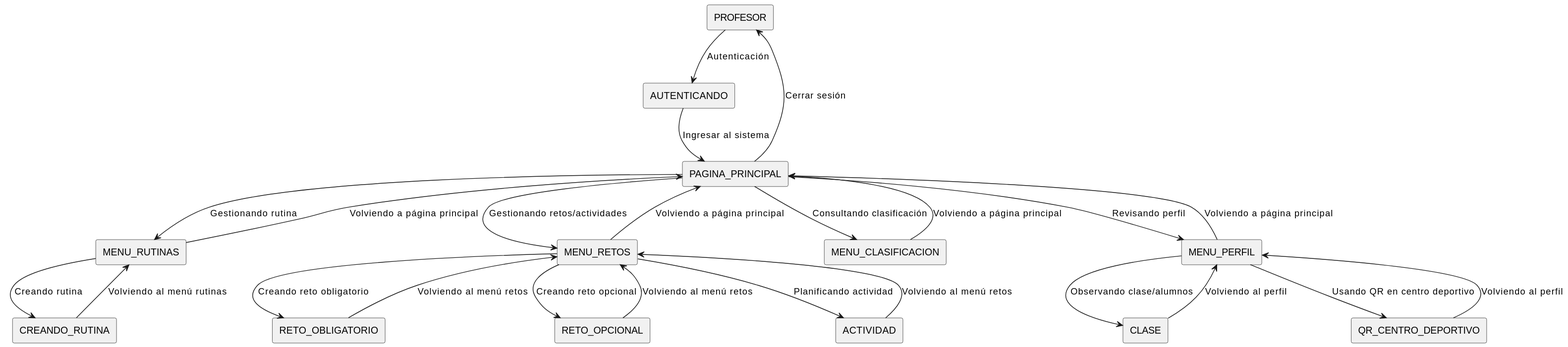
The PlantUML diagram Documentos/Imagenes/DiagramasContexto/ProfesorContexto.svg in mmasias/24-25-IdSw1-SDR, before a commit.
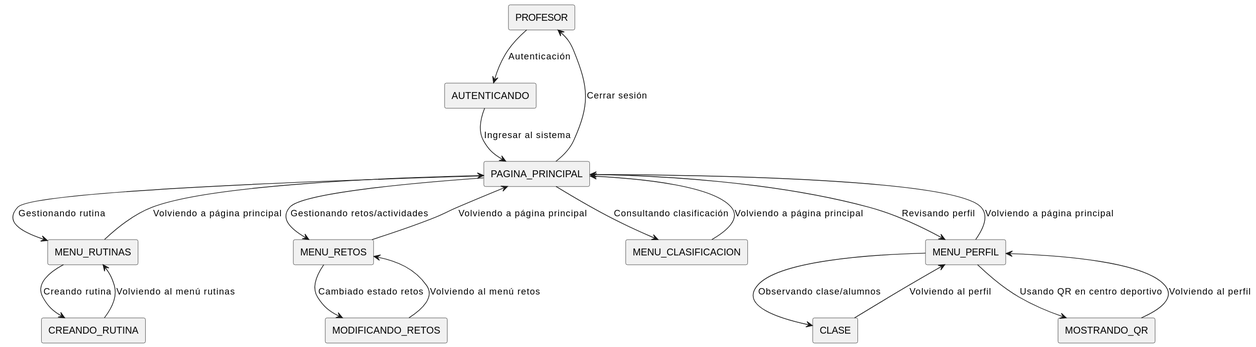
Above is the later version.

Diff of the diagram source:
```diff
@@ -9,11 +9,11 @@
 RECTANGLE(MENU_CLASIFICACION)
 RECTANGLE(MENU_PERFIL)
 RECTANGLE(CREANDO_RUTINA)
-RECTANGLE(RETO_OBLIGATORIO)
-RECTANGLE(RETO_OPCIONAL)
+RECTANGLE(MODIFICANDO_RETOS)
+
 RECTANGLE(CLASE)
-RECTANGLE(QR_CENTRO_DEPORTIVO)
-RECTANGLE(ACTIVIDAD)
+RECTANGLE(MOSTRANDO_QR)
+
 
 PROFESOR --> AUTENTICANDO : Autenticación
 AUTENTICANDO --> PAGINA_PRINCIPAL : Ingresar al sistema
@@ -27,18 +27,17 @@
 MENU_RUTINAS --> CREANDO_RUTINA : Creando rutina
 CREANDO_RUTINA --> MENU_RUTINAS : Volviendo al menú rutinas
 
-MENU_RETOS --> RETO_OBLIGATORIO : Creando reto obligatorio
-MENU_RETOS --> RETO_OPCIONAL : Creando reto opcional
-MENU_RETOS --> ACTIVIDAD : Planificando actividad
-RETO_OBLIGATORIO --> MENU_RETOS : Volviendo al menú retos
-RETO_OPCIONAL --> MENU_RETOS : Volviendo al menú retos
-ACTIVIDAD --> MENU_RETOS : Volviendo al menú retos
+MENU_RETOS --> MODIFICANDO_RETOS : Cambiado estado retos
+
+
+MODIFICANDO_RETOS --> MENU_RETOS : Volviendo al menú retos
+
 
 MENU_PERFIL --> CLASE : Observando clase/alumnos
-MENU_PERFIL --> QR_CENTRO_DEPORTIVO : Usando QR en centro deportivo
+MENU_PERFIL --> MOSTRANDO_QR : Usando QR en centro deportivo
 
 CLASE --> MENU_PERFIL : Volviendo al perfil
-QR_CENTRO_DEPORTIVO --> MENU_PERFIL : Volviendo al perfil
+MOSTRANDO_QR --> MENU_PERFIL : Volviendo al perfil
 
 MENU_RUTINAS --> PAGINA_PRINCIPAL : Volviendo a página principal
 MENU_RETOS --> PAGINA_PRINCIPAL : Volviendo a página principal
```
